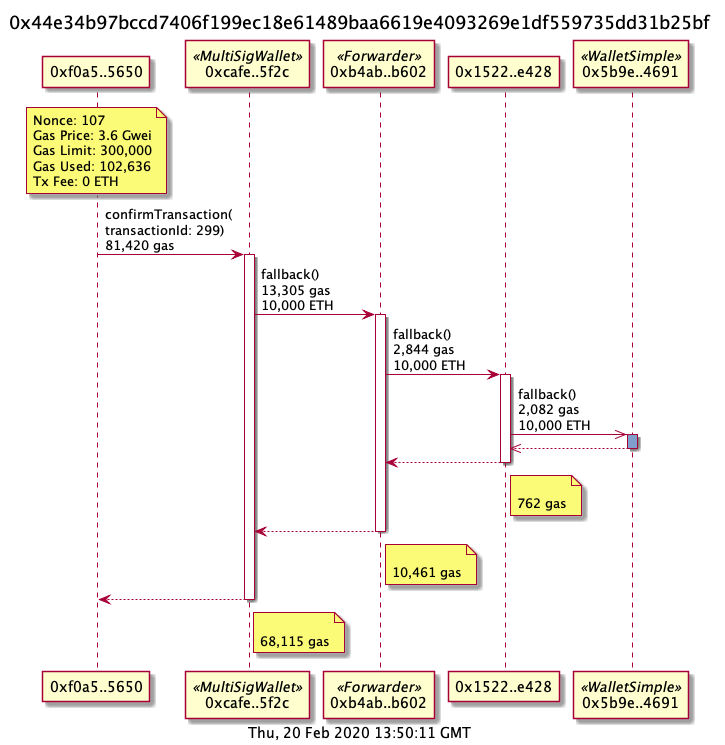
The PlantUML diagram examples/aragonMultiSig.png in naddison36/tx2uml, before a commit.
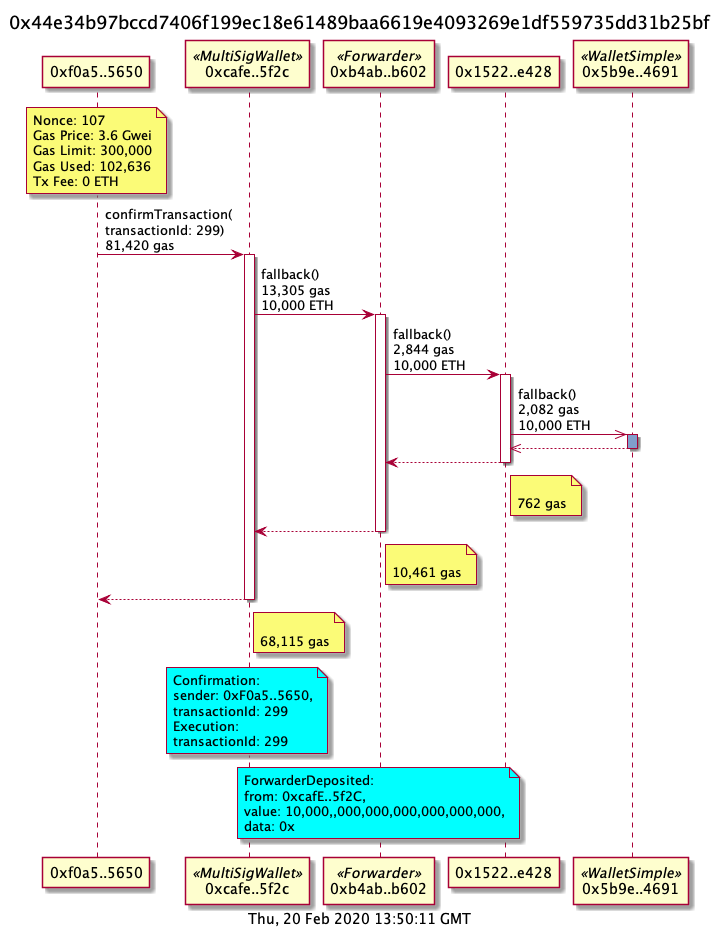
Above is the later version.

Diff of the diagram source:
```diff
@@ -31,4 +31,17 @@
 return
 note right of cafe5f2c: \n68,115 gas
 
+note over cafe5f2c #aqua
+Confirmation:
+sender: 0xF0a5..5650,
+transactionId: 299
+Execution:
+transactionId: 299
+end note
+note over b4abb602 #aqua
+ForwarderDeposited:
+from: 0xcafE..5f2C,
+value: 10,000,,000,000,000,000,000,000,
+data: 0x
+end note
 @endumls
```
